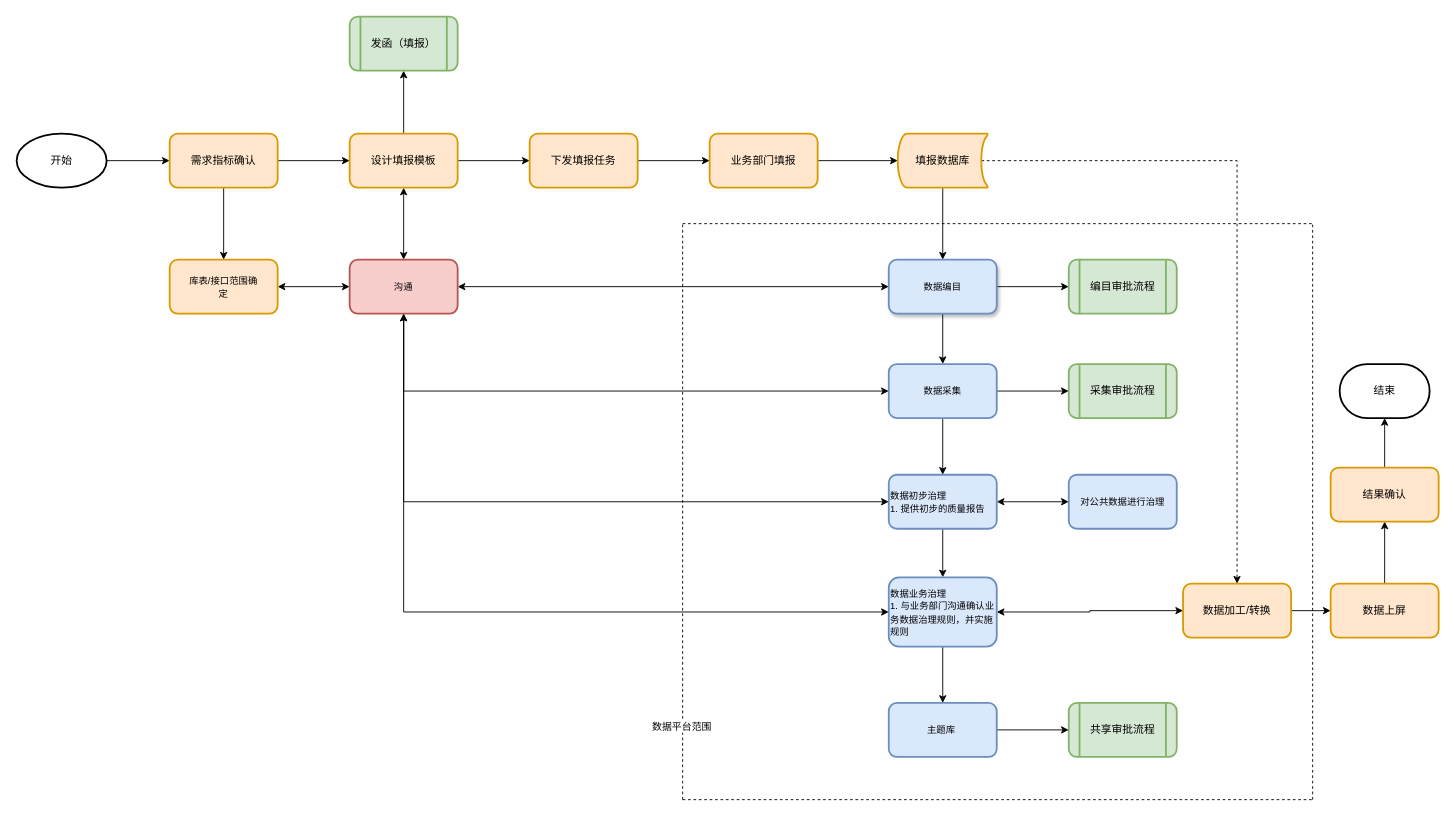
Before: uml/未命名绘图.drawio in CIKE-peaked/mylib, a draw.io diagram. Source tidied: cells renumbered, new cells numbered last; positions are measured from the earlier drawing's top-left corner, leaving out a move shared by most shapes. Both pictures are drawn from the tidied source at 90%, with x=0, y=0 at pixel (16, 16).
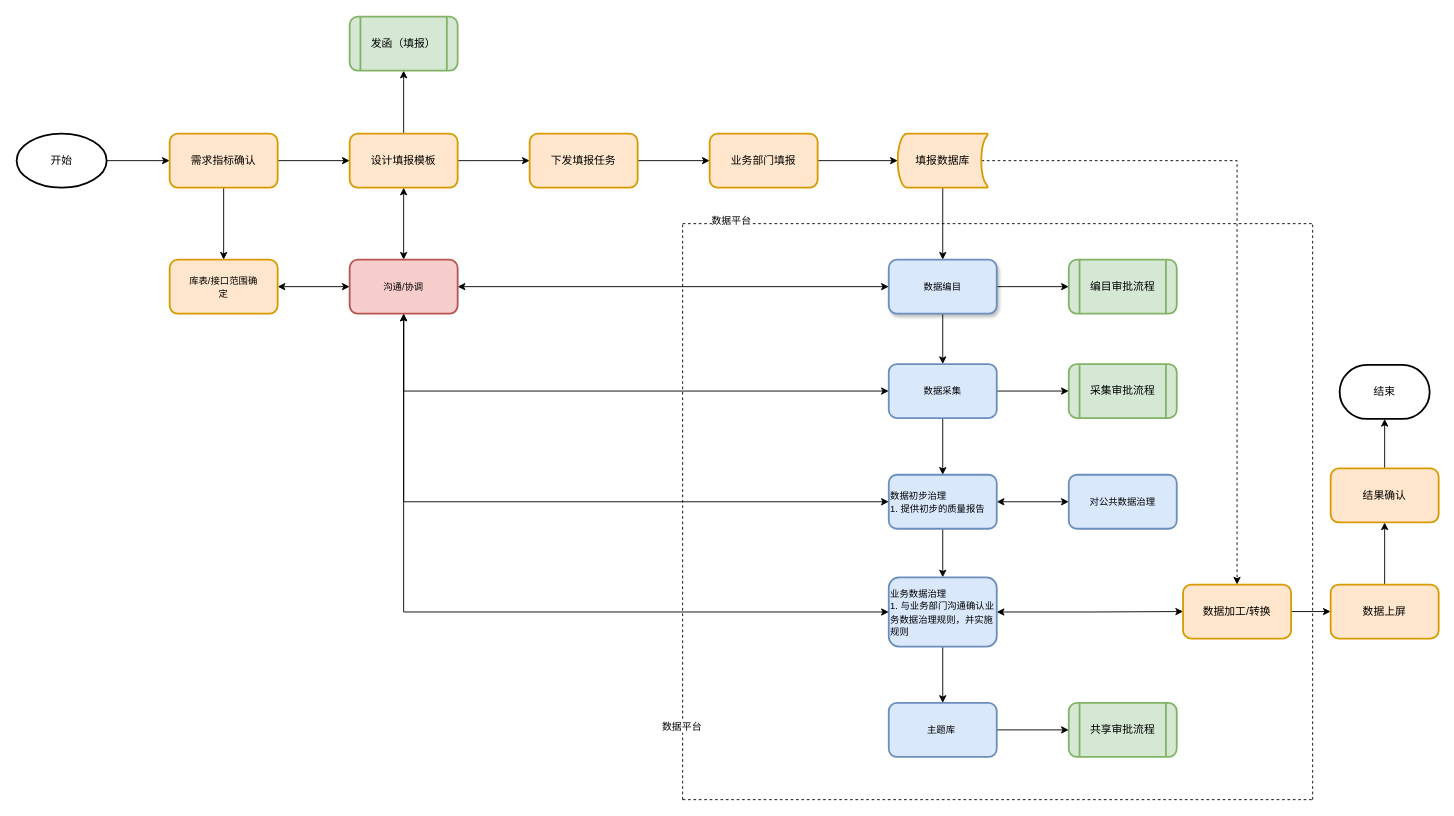
The same page after the edit.

Commit message:
更新未命名绘图.drawio

The change refers to these unchanged cells:
```xml
<mxCell id="50" style="endArrow=none;dashed=1;html=1;rounded=0;textShadow=0;" parent="1" edge="1">
  <mxGeometry relative="1" as="geometry">
    <mxPoint x="740" y="230" as="sourcePoint" />
    <mxPoint x="1440" y="230" as="targetPoint" />
  </mxGeometry>
</mxCell>
<mxCell id="51" style="endArrow=none;dashed=1;html=1;rounded=0;textShadow=0;" parent="1" edge="1">
  <mxGeometry relative="1" as="geometry">
    <mxPoint x="740" y="870" as="sourcePoint" />
    <mxPoint x="740" y="230" as="targetPoint" />
  </mxGeometry>
</mxCell>
```

The edit, as a diff of the source:
```diff
@@
-    <mxCell id="24" value="&lt;div&gt;&lt;font face=&quot;榛戜綋&quot;&gt;&lt;span style=&quot;font-size: 10.4px;&quot;&gt;沟通&lt;/span&gt;&lt;/font&gt;&lt;/div&gt;" style="whiteSpace=wrap;html=1;fillColor=#f8cecc;strokeColor=#b85450;strokeWidth=2;textShadow=0;rounded=1;" parent="1" vertex="1">
+    <mxCell id="24" value="&lt;div&gt;&lt;font face=&quot;榛戜綋&quot;&gt;&lt;span style=&quot;font-size: 10.4px;&quot;&gt;沟通/协调&lt;/span&gt;&lt;/font&gt;&lt;/div&gt;" style="whiteSpace=wrap;html=1;fillColor=#f8cecc;strokeColor=#b85450;strokeWidth=2;textShadow=0;rounded=1;" parent="1" vertex="1">
       <mxGeometry x="370" y="270" width="120" height="60" as="geometry" />
     </mxCell>
@@
-    <mxCell id="36" value="&lt;div&gt;&lt;font face=&quot;榛戜綋&quot;&gt;&lt;span style=&quot;font-size: 10.4px;&quot;&gt;数据业务治理&lt;/span&gt;&lt;/font&gt;&lt;/div&gt;&lt;div&gt;&lt;font face=&quot;榛戜綋&quot;&gt;&lt;span style=&quot;font-size: 10.4px;&quot;&gt;1. 与业务部门沟通确认业务数据治理规则，并实施规则&lt;/span&gt;&lt;/font&gt;&lt;/div&gt;" style="whiteSpace=wrap;html=1;fillColor=#dae8fc;strokeColor=#6c8ebf;strokeWidth=2;align=left;textShadow=0;rounded=1;" parent="1" vertex="1">
+    <mxCell id="36" value="&lt;div&gt;&lt;font face=&quot;榛戜綋&quot;&gt;&lt;span style=&quot;font-size: 10.4px;&quot;&gt;业务&lt;/span&gt;&lt;/font&gt;&lt;span style=&quot;font-family: 榛戜綋; font-size: 10.4px; background-color: initial;&quot;&gt;数据&lt;/span&gt;&lt;span style=&quot;font-size: 10.4px; font-family: 榛戜綋; background-color: initial;&quot;&gt;治理&lt;/span&gt;&lt;/div&gt;&lt;div&gt;&lt;font face=&quot;榛戜綋&quot;&gt;&lt;span style=&quot;font-size: 10.4px;&quot;&gt;1. 与业务部门沟通确认业务数据治理规则，并实施规则&lt;/span&gt;&lt;/font&gt;&lt;/div&gt;" style="whiteSpace=wrap;html=1;fillColor=#dae8fc;strokeColor=#6c8ebf;strokeWidth=2;align=left;textShadow=0;rounded=1;" parent="1" vertex="1">
       <mxGeometry x="969" y="623" width="120" height="77" as="geometry" />
     </mxCell>
@@
     <mxCell id="44" value="数据加工/转换" style="whiteSpace=wrap;html=1;fillColor=#ffe6cc;strokeColor=#d79b00;strokeWidth=2;textShadow=0;rounded=1;" parent="1" vertex="1">
-      <mxGeometry x="1296" y="630" width="120" height="60" as="geometry" />
+      <mxGeometry x="1296" y="631" width="120" height="60" as="geometry" />
     </mxCell>
@@
     <mxCell id="46" value="数据上屏" style="whiteSpace=wrap;html=1;fillColor=#ffe6cc;strokeColor=#d79b00;strokeWidth=2;textShadow=0;rounded=1;" parent="1" vertex="1">
-      <mxGeometry x="1460" y="630" width="120" height="60" as="geometry" />
+      <mxGeometry x="1460" y="631" width="120" height="60" as="geometry" />
     </mxCell>
@@
     <mxCell id="48" value="&lt;div&gt;&lt;span style=&quot;background-color: initial;&quot;&gt;结果确认&lt;/span&gt;&lt;br&gt;&lt;/div&gt;" style="whiteSpace=wrap;html=1;fillColor=#ffe6cc;strokeColor=#d79b00;strokeWidth=2;textShadow=0;rounded=1;" parent="1" vertex="1">
-      <mxGeometry x="1460" y="501" width="120" height="60" as="geometry" />
+      <mxGeometry x="1460" y="502" width="120" height="60" as="geometry" />
     </mxCell>
-    <mxCell id="49" value="&lt;font face=&quot;榛戜綋&quot;&gt;&lt;span style=&quot;font-size: 10.4px;&quot;&gt;对公共数据进行治理&lt;/span&gt;&lt;/font&gt;" style="whiteSpace=wrap;html=1;fillColor=#dae8fc;strokeColor=#6c8ebf;strokeWidth=2;align=center;textShadow=0;rounded=1;" parent="1" vertex="1">
+    <mxCell id="49" value="&lt;font face=&quot;榛戜綋&quot;&gt;&lt;span style=&quot;font-size: 10.4px;&quot;&gt;对公共数据治理&lt;/span&gt;&lt;/font&gt;" style="whiteSpace=wrap;html=1;fillColor=#dae8fc;strokeColor=#6c8ebf;strokeWidth=2;align=center;textShadow=0;rounded=1;" parent="1" vertex="1">
       <mxGeometry x="1169" y="509" width="120" height="60" as="geometry" />
     </mxCell>
@@
+    <mxCell id="56" value="数据平台" style="edgeLabel;html=1;align=center;verticalAlign=middle;" parent="50" vertex="1">
+      <mxGeometry x="-0.85" y="4" relative="1" as="geometry" />
+    </mxCell>
@@
-    <mxCell id="52" value="数据平台范围" style="edgeLabel;html=1;align=center;verticalAlign=middle;textShadow=0;" parent="51" vertex="1">
+    <mxCell id="52" value="数据平台" style="edgeLabel;html=1;align=center;verticalAlign=middle;textShadow=0;" parent="51" vertex="1">
       <mxGeometry x="-0.74" y="2" relative="1" as="geometry">
         <mxPoint y="1" as="offset" />
       </mxGeometry>
     </mxCell>
@@
     <mxCell id="55" value="结束" style="strokeWidth=2;html=1;shape=mxgraph.flowchart.terminator;whiteSpace=wrap;textShadow=0;" parent="1" vertex="1">
-      <mxGeometry x="1470" y="386" width="100" height="60" as="geometry" />
+      <mxGeometry x="1470" y="387" width="100" height="60" as="geometry" />
     </mxCell>
```
